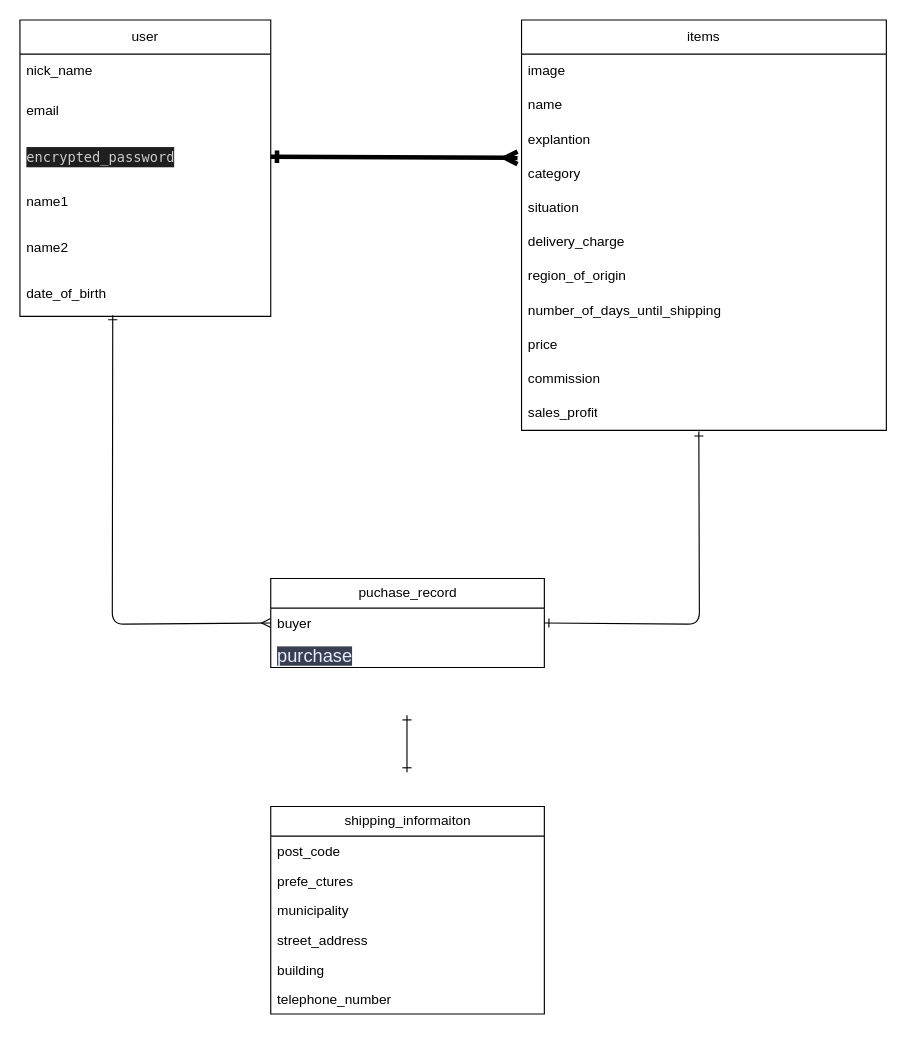
Earlier version of the draw.io diagram furima.dio (Ryuuichiro07/furima-40395). Source tidied: cells renumbered, new cells numbered last; positions are measured from the earlier drawing's top-left corner, leaving out a move shared by most shapes. Both pictures are drawn from the tidied source at 114%, with x=0, y=0 at pixel (19, 19).
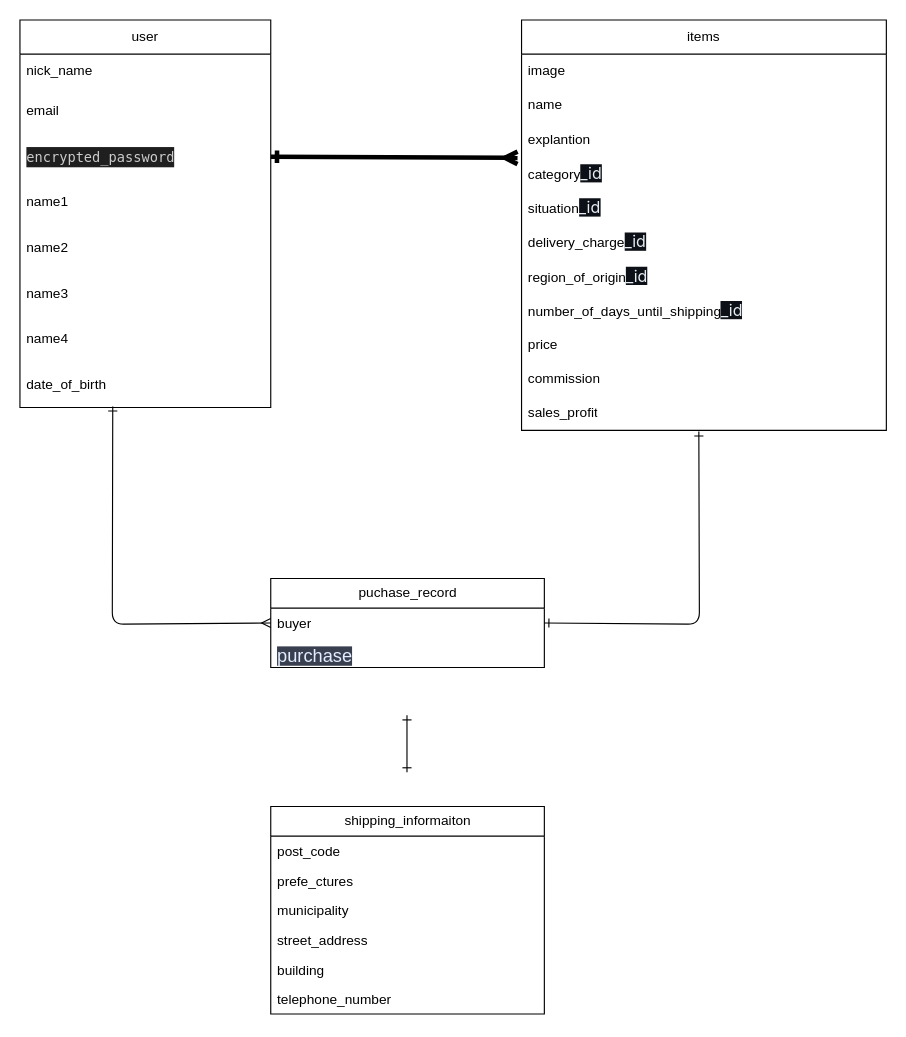
The same page after the edit.

Unchanged cells that the change refers to:
```xml
<mxCell id="9" value="items" style="swimlane;fontStyle=0;horizontal=1;startSize=30;whiteSpace=wrap;html=1;" parent="1" vertex="1">
  <mxGeometry x="440" width="320" height="360" as="geometry" />
</mxCell>
```

The edit, as a diff of the source:
```diff
@@
     <mxCell id="2" value="user" style="swimlane;fontStyle=0;horizontal=1;startSize=30;whiteSpace=wrap;html=1;" parent="1" vertex="1">
-      <mxGeometry width="220" height="260" as="geometry" />
+      <mxGeometry width="220" height="340" as="geometry" />
     </mxCell>
@@
+    <mxCell id="35" value="name3" style="text;strokeColor=none;fillColor=none;align=left;verticalAlign=middle;spacingLeft=4;spacingRight=4;overflow=hidden;whiteSpace=wrap;html=1;" parent="2" vertex="1">
+      <mxGeometry y="220" width="220" height="40" as="geometry" />
+    </mxCell>
+    <mxCell id="36" value="name4" style="text;strokeColor=none;fillColor=none;align=left;verticalAlign=middle;spacingLeft=4;spacingRight=4;overflow=hidden;whiteSpace=wrap;html=1;" parent="2" vertex="1">
+      <mxGeometry y="260" width="220" height="40" as="geometry" />
+    </mxCell>
     <mxCell id="8" value="date_of_birth" style="text;strokeColor=none;fillColor=none;align=left;verticalAlign=middle;spacingLeft=4;spacingRight=4;overflow=hidden;points=[[0,0.5],[1,0.5]];portConstraint=eastwest;whiteSpace=wrap;html=1;" parent="2" vertex="1">
-      <mxGeometry y="220" width="220" height="40" as="geometry" />
+      <mxGeometry y="300" width="220" height="40" as="geometry" />
     </mxCell>
@@
-    <mxCell id="13" value="category" style="text;strokeColor=none;fillColor=none;align=left;verticalAlign=middle;spacingLeft=4;spacingRight=4;overflow=hidden;points=[[0,0.5],[1,0.5]];portConstraint=eastwest;whiteSpace=wrap;html=1;" parent="9" vertex="1">
+    <mxCell id="13" value="category&lt;span style=&quot;color: rgb(230, 237, 243); font-family: -apple-system, &amp;quot;system-ui&amp;quot;, &amp;quot;Segoe UI&amp;quot;, &amp;quot;Noto Sans&amp;quot;, Helvetica, Arial, sans-serif, &amp;quot;Apple Color Emoji&amp;quot;, &amp;quot;Segoe UI Emoji&amp;quot;; font-size: 14px; background-color: rgb(13, 17, 23);&quot;&gt;_id&lt;/span&gt;" style="text;strokeColor=none;fillColor=none;align=left;verticalAlign=middle;spacingLeft=4;spacingRight=4;overflow=hidden;points=[[0,0.5],[1,0.5]];portConstraint=eastwest;whiteSpace=wrap;html=1;" parent="9" vertex="1">
       <mxGeometry y="120" width="320" height="30" as="geometry" />
     </mxCell>
-    <mxCell id="14" value="situation" style="text;strokeColor=none;fillColor=none;align=left;verticalAlign=middle;spacingLeft=4;spacingRight=4;overflow=hidden;whiteSpace=wrap;html=1;" parent="9" vertex="1">
+    <mxCell id="14" value="situation&lt;span style=&quot;color: rgb(230, 237, 243); font-family: -apple-system, &amp;quot;system-ui&amp;quot;, &amp;quot;Segoe UI&amp;quot;, &amp;quot;Noto Sans&amp;quot;, Helvetica, Arial, sans-serif, &amp;quot;Apple Color Emoji&amp;quot;, &amp;quot;Segoe UI Emoji&amp;quot;; font-size: 14px; background-color: rgb(13, 17, 23);&quot;&gt;_id&lt;/span&gt;" style="text;strokeColor=none;fillColor=none;align=left;verticalAlign=middle;spacingLeft=4;spacingRight=4;overflow=hidden;whiteSpace=wrap;html=1;" parent="9" vertex="1">
       <mxGeometry y="150" width="320" height="30" as="geometry" />
     </mxCell>
-    <mxCell id="15" value="delivery_charge" style="text;strokeColor=none;fillColor=none;align=left;verticalAlign=middle;spacingLeft=4;spacingRight=4;overflow=hidden;whiteSpace=wrap;html=1;" parent="9" vertex="1">
+    <mxCell id="15" value="delivery_charge&lt;span style=&quot;color: rgb(230, 237, 243); font-family: -apple-system, &amp;quot;system-ui&amp;quot;, &amp;quot;Segoe UI&amp;quot;, &amp;quot;Noto Sans&amp;quot;, Helvetica, Arial, sans-serif, &amp;quot;Apple Color Emoji&amp;quot;, &amp;quot;Segoe UI Emoji&amp;quot;; font-size: 14px; background-color: rgb(13, 17, 23);&quot;&gt;_id&lt;/span&gt;" style="text;strokeColor=none;fillColor=none;align=left;verticalAlign=middle;spacingLeft=4;spacingRight=4;overflow=hidden;whiteSpace=wrap;html=1;" parent="9" vertex="1">
       <mxGeometry y="180" width="320" height="30" as="geometry" />
     </mxCell>
-    <mxCell id="16" value="region_of_origin" style="text;strokeColor=none;fillColor=none;align=left;verticalAlign=middle;spacingLeft=4;spacingRight=4;overflow=hidden;whiteSpace=wrap;html=1;" parent="9" vertex="1">
+    <mxCell id="16" value="region_of_origin&lt;span style=&quot;color: rgb(230, 237, 243); font-family: -apple-system, &amp;quot;system-ui&amp;quot;, &amp;quot;Segoe UI&amp;quot;, &amp;quot;Noto Sans&amp;quot;, Helvetica, Arial, sans-serif, &amp;quot;Apple Color Emoji&amp;quot;, &amp;quot;Segoe UI Emoji&amp;quot;; font-size: 14px; background-color: rgb(13, 17, 23);&quot;&gt;_id&lt;/span&gt;" style="text;strokeColor=none;fillColor=none;align=left;verticalAlign=middle;spacingLeft=4;spacingRight=4;overflow=hidden;whiteSpace=wrap;html=1;" parent="9" vertex="1">
       <mxGeometry y="210" width="320" height="30" as="geometry" />
     </mxCell>
-    <mxCell id="17" value="number_of_days_until_shipping" style="text;strokeColor=none;fillColor=none;align=left;verticalAlign=middle;spacingLeft=4;spacingRight=4;overflow=hidden;whiteSpace=wrap;html=1;" parent="9" vertex="1">
+    <mxCell id="17" value="number_of_days_until_shipping&lt;span style=&quot;color: rgb(230, 237, 243); font-family: -apple-system, &amp;quot;system-ui&amp;quot;, &amp;quot;Segoe UI&amp;quot;, &amp;quot;Noto Sans&amp;quot;, Helvetica, Arial, sans-serif, &amp;quot;Apple Color Emoji&amp;quot;, &amp;quot;Segoe UI Emoji&amp;quot;; font-size: 14px; background-color: rgb(13, 17, 23);&quot;&gt;_id&lt;/span&gt;" style="text;strokeColor=none;fillColor=none;align=left;verticalAlign=middle;spacingLeft=4;spacingRight=4;overflow=hidden;whiteSpace=wrap;html=1;" parent="9" vertex="1">
       <mxGeometry y="240" width="320" height="30" as="geometry" />
     </mxCell>
```
